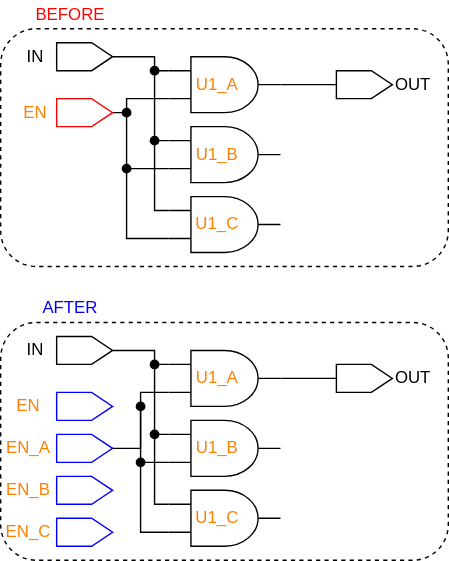
AlbertHansen/TripleModularRedundancyTool_developer_guide keeps this draw.io diagram as figures/dark-mode/triplicate_scripts/triplicate_input_ports.drawio.svg. Above is the earlier version. Source tidied: cells renumbered, new cells last; positions are measured from the earlier drawing's top-left corner, leaving out a move shared by most shapes.
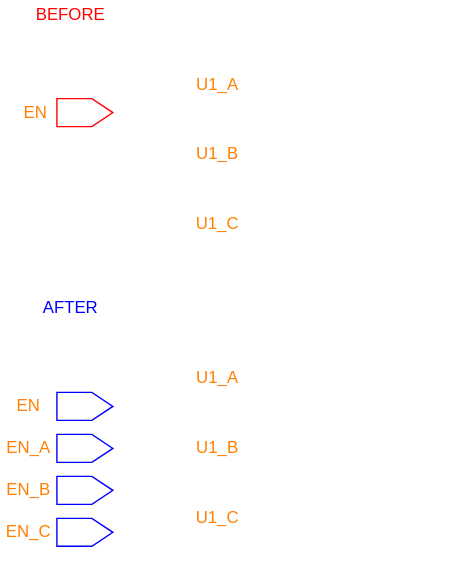
After the commit.

Commit message:
triplicate scripts in dark and light mode

What changed in the source:
```diff
@@ -2,10 +2,10 @@
   <root>
     <mxCell id="0" />
     <mxCell id="1" parent="0" />
-    <mxCell id="2" style="rounded=1;whiteSpace=wrap;fillColor=none;dashed=1;html=1;" parent="1" vertex="1">
+    <mxCell id="2" style="rounded=1;whiteSpace=wrap;fillColor=none;dashed=1;html=1;strokeColor=#FFFFFF;" parent="1" vertex="1">
       <mxGeometry y="20" width="320" height="170" as="geometry" />
     </mxCell>
-    <mxCell id="3" style="edgeStyle=orthogonalEdgeStyle;exitX=0.5;exitY=1;exitDx=0;exitDy=0;entryX=0;entryY=0.25;entryDx=0;entryDy=0;entryPerimeter=0;endArrow=none;endFill=0;rounded=0;strokeColor=#000000;html=1;" parent="1" edge="1" source="4" target="9">
+    <mxCell id="3" style="edgeStyle=orthogonalEdgeStyle;exitX=0.5;exitY=1;exitDx=0;exitDy=0;entryX=0;entryY=0.25;entryDx=0;entryDy=0;entryPerimeter=0;endArrow=none;endFill=0;rounded=0;strokeColor=#FFFFFF;html=1;" parent="1" edge="1" source="4" target="9">
       <mxGeometry relative="1" as="geometry">
         <Array as="points">
           <mxPoint x="110" y="40" />
@@ -13,10 +13,10 @@
         </Array>
       </mxGeometry>
     </mxCell>
-    <mxCell id="4" style="shape=offPageConnector;whiteSpace=wrap;rotation=-90;fillColor=none;html=1;" parent="1" vertex="1">
+    <mxCell id="4" style="shape=offPageConnector;whiteSpace=wrap;rotation=-90;fillColor=none;html=1;strokeColor=#FFFFFF;" parent="1" vertex="1">
       <mxGeometry x="50" y="20" width="20" height="40" as="geometry" />
     </mxCell>
-    <mxCell id="5" style="edgeStyle=orthogonalEdgeStyle;rounded=0;exitX=0.5;exitY=1;exitDx=0;exitDy=0;entryX=0;entryY=0.75;entryDx=0;entryDy=0;entryPerimeter=0;endArrow=none;endFill=0;strokeColor=#000000;html=1;" parent="1" edge="1" source="6" target="9">
+    <mxCell id="5" style="edgeStyle=orthogonalEdgeStyle;rounded=0;exitX=0.5;exitY=1;exitDx=0;exitDy=0;entryX=0;entryY=0.75;entryDx=0;entryDy=0;entryPerimeter=0;endArrow=none;endFill=0;strokeColor=#FFFFFF;html=1;" parent="1" edge="1" source="6" target="9">
       <mxGeometry relative="1" as="geometry">
         <Array as="points">
           <mxPoint x="90" y="80" />
@@ -27,22 +27,22 @@
     <mxCell id="6" style="shape=offPageConnector;whiteSpace=wrap;rotation=-90;fillColor=none;strokeColor=#FF0000;html=1;" parent="1" vertex="1">
       <mxGeometry x="50" y="60" width="20" height="40" as="geometry" />
     </mxCell>
-    <mxCell id="7" style="shape=offPageConnector;whiteSpace=wrap;rotation=-90;fillColor=none;html=1;" parent="1" vertex="1">
+    <mxCell id="7" style="shape=offPageConnector;whiteSpace=wrap;rotation=-90;fillColor=none;html=1;strokeColor=#FFFFFF;" parent="1" vertex="1">
       <mxGeometry x="250" y="40" width="20" height="40" as="geometry" />
     </mxCell>
-    <mxCell id="8" style="edgeStyle=orthogonalEdgeStyle;rounded=0;exitX=1;exitY=0.5;exitDx=0;exitDy=0;exitPerimeter=0;entryX=0.5;entryY=0;entryDx=0;entryDy=0;endArrow=none;endFill=0;html=1;" parent="1" edge="1" source="9" target="7">
+    <mxCell id="8" style="edgeStyle=orthogonalEdgeStyle;rounded=0;exitX=1;exitY=0.5;exitDx=0;exitDy=0;exitPerimeter=0;entryX=0.5;entryY=0;entryDx=0;entryDy=0;endArrow=none;endFill=0;html=1;strokeColor=#FFFFFF;" parent="1" edge="1" source="9" target="7">
       <mxGeometry relative="1" as="geometry" />
     </mxCell>
-    <mxCell id="9" style="verticalLabelPosition=bottom;shadow=0;dashed=0;align=center;verticalAlign=top;shape=mxgraph.electrical.logic_gates.logic_gate;operation=and;fillColor=none;strokeColor=#000000;html=1;" parent="1" vertex="1">
+    <mxCell id="9" style="verticalLabelPosition=bottom;shadow=0;dashed=0;align=center;verticalAlign=top;shape=mxgraph.electrical.logic_gates.logic_gate;operation=and;fillColor=none;strokeColor=#FFFFFF;html=1;" parent="1" vertex="1">
       <mxGeometry x="120" y="40" width="80" height="40" as="geometry" />
     </mxCell>
-    <mxCell id="10" value="IN" style="text;strokeColor=none;fillColor=none;align=center;verticalAlign=middle;whiteSpace=wrap;rounded=0;html=1;" parent="1" vertex="1">
+    <mxCell id="10" value="IN" style="text;strokeColor=none;fillColor=none;align=center;verticalAlign=middle;whiteSpace=wrap;rounded=0;html=1;fontColor=#FFFFFF;" parent="1" vertex="1">
       <mxGeometry x="10" y="30" width="30" height="20" as="geometry" />
     </mxCell>
     <mxCell id="11" value="EN" style="text;strokeColor=none;fillColor=none;align=center;verticalAlign=middle;whiteSpace=wrap;rounded=0;fontColor=#FF8000;html=1;" parent="1" vertex="1">
       <mxGeometry x="10" y="70" width="30" height="20" as="geometry" />
     </mxCell>
-    <mxCell id="12" value="OUT" style="text;strokeColor=none;fillColor=none;align=center;verticalAlign=middle;whiteSpace=wrap;rounded=0;html=1;" parent="1" vertex="1">
+    <mxCell id="12" value="OUT" style="text;strokeColor=none;fillColor=none;align=center;verticalAlign=middle;whiteSpace=wrap;rounded=0;html=1;fontColor=#FFFFFF;" parent="1" vertex="1">
       <mxGeometry x="280" y="50" width="30" height="20" as="geometry" />
     </mxCell>
     <mxCell id="13" value="U1_A" style="text;strokeColor=none;fillColor=none;align=center;verticalAlign=middle;whiteSpace=wrap;rounded=0;dashed=1;fontColor=#FF8000;html=1;" parent="1" vertex="1">
@@ -51,30 +51,30 @@
     <mxCell id="14" value="BEFORE" style="text;strokeColor=none;fillColor=none;align=center;verticalAlign=middle;whiteSpace=wrap;rounded=0;dashed=1;fontColor=#FF0000;html=1;" parent="1" vertex="1">
       <mxGeometry x="20" width="60" height="20" as="geometry" />
     </mxCell>
-    <mxCell id="15" style="edgeStyle=orthogonalEdgeStyle;rounded=0;exitX=0;exitY=0.25;exitDx=0;exitDy=0;exitPerimeter=0;fontColor=#FF8000;endArrow=oval;endFill=1;strokeColor=#000000;html=1;" parent="1" edge="1" source="17">
+    <mxCell id="15" style="edgeStyle=orthogonalEdgeStyle;rounded=0;exitX=0;exitY=0.25;exitDx=0;exitDy=0;exitPerimeter=0;fontColor=#FF8000;endArrow=oval;endFill=1;strokeColor=#FFFFFF;html=1;" parent="1" edge="1" source="17">
       <mxGeometry relative="1" as="geometry">
         <mxPoint x="110" y="100" as="targetPoint" />
       </mxGeometry>
     </mxCell>
-    <mxCell id="16" style="edgeStyle=orthogonalEdgeStyle;rounded=0;exitX=0;exitY=0.75;exitDx=0;exitDy=0;exitPerimeter=0;fontColor=#FF8000;endArrow=oval;endFill=1;strokeColor=#000000;html=1;" parent="1" edge="1" source="17">
+    <mxCell id="16" style="edgeStyle=orthogonalEdgeStyle;rounded=0;exitX=0;exitY=0.75;exitDx=0;exitDy=0;exitPerimeter=0;fontColor=#FF8000;endArrow=oval;endFill=1;strokeColor=#FFFFFF;html=1;" parent="1" edge="1" source="17">
       <mxGeometry relative="1" as="geometry">
         <mxPoint x="90" y="120" as="targetPoint" />
       </mxGeometry>
     </mxCell>
-    <mxCell id="17" style="verticalLabelPosition=bottom;shadow=0;dashed=0;align=center;verticalAlign=top;shape=mxgraph.electrical.logic_gates.logic_gate;operation=and;fillColor=none;strokeColor=#000000;html=1;" parent="1" vertex="1">
+    <mxCell id="17" style="verticalLabelPosition=bottom;shadow=0;dashed=0;align=center;verticalAlign=top;shape=mxgraph.electrical.logic_gates.logic_gate;operation=and;fillColor=none;strokeColor=#FFFFFF;html=1;" parent="1" vertex="1">
       <mxGeometry x="120" y="140" width="80" height="40" as="geometry" />
     </mxCell>
-    <mxCell id="18" style="edgeStyle=orthogonalEdgeStyle;rounded=0;exitX=0;exitY=0.25;exitDx=0;exitDy=0;exitPerimeter=0;fontColor=#FF8000;endArrow=oval;endFill=1;strokeColor=#000000;html=1;" parent="1" edge="1" source="20">
+    <mxCell id="18" style="edgeStyle=orthogonalEdgeStyle;rounded=0;exitX=0;exitY=0.25;exitDx=0;exitDy=0;exitPerimeter=0;fontColor=#FF8000;endArrow=oval;endFill=1;strokeColor=#FFFFFF;html=1;" parent="1" edge="1" source="20">
       <mxGeometry relative="1" as="geometry">
         <mxPoint x="110" y="50" as="targetPoint" />
       </mxGeometry>
     </mxCell>
-    <mxCell id="19" style="edgeStyle=orthogonalEdgeStyle;rounded=0;exitX=0;exitY=0.75;exitDx=0;exitDy=0;exitPerimeter=0;fontColor=#FF8000;endArrow=oval;endFill=1;strokeColor=#000000;html=1;" parent="1" edge="1" source="20">
+    <mxCell id="19" style="edgeStyle=orthogonalEdgeStyle;rounded=0;exitX=0;exitY=0.75;exitDx=0;exitDy=0;exitPerimeter=0;fontColor=#FF8000;endArrow=oval;endFill=1;strokeColor=#FFFFFF;html=1;" parent="1" edge="1" source="20">
       <mxGeometry relative="1" as="geometry">
         <mxPoint x="90" y="80" as="targetPoint" />
       </mxGeometry>
     </mxCell>
-    <mxCell id="20" style="verticalLabelPosition=bottom;shadow=0;dashed=0;align=center;verticalAlign=top;shape=mxgraph.electrical.logic_gates.logic_gate;operation=and;fillColor=none;strokeColor=#000000;html=1;" parent="1" vertex="1">
+    <mxCell id="20" style="verticalLabelPosition=bottom;shadow=0;dashed=0;align=center;verticalAlign=top;shape=mxgraph.electrical.logic_gates.logic_gate;operation=and;fillColor=none;strokeColor=#FFFFFF;html=1;" parent="1" vertex="1">
       <mxGeometry x="120" y="90" width="80" height="40" as="geometry" />
     </mxCell>
     <mxCell id="21" value="U1_B" style="text;strokeColor=none;fillColor=none;align=center;verticalAlign=middle;whiteSpace=wrap;rounded=0;dashed=1;fontColor=#FF8000;html=1;" parent="1" vertex="1">
@@ -83,10 +83,10 @@
     <mxCell id="22" value="U1_C" style="text;strokeColor=none;fillColor=none;align=center;verticalAlign=middle;whiteSpace=wrap;rounded=0;dashed=1;fontColor=#FF8000;html=1;" parent="1" vertex="1">
       <mxGeometry x="140" y="150" width="30" height="20" as="geometry" />
     </mxCell>
-    <mxCell id="23" style="rounded=1;whiteSpace=wrap;fillColor=none;dashed=1;html=1;" parent="1" vertex="1">
+    <mxCell id="23" style="rounded=1;whiteSpace=wrap;fillColor=none;dashed=1;html=1;strokeColor=#FFFFFF;" parent="1" vertex="1">
       <mxGeometry y="230" width="320" height="170" as="geometry" />
     </mxCell>
-    <mxCell id="24" style="edgeStyle=orthogonalEdgeStyle;exitX=0.5;exitY=1;exitDx=0;exitDy=0;entryX=0;entryY=0.25;entryDx=0;entryDy=0;entryPerimeter=0;endArrow=none;endFill=0;rounded=0;strokeColor=#000000;html=1;" parent="1" edge="1" source="25" target="30">
+    <mxCell id="24" style="edgeStyle=orthogonalEdgeStyle;exitX=0.5;exitY=1;exitDx=0;exitDy=0;entryX=0;entryY=0.25;entryDx=0;entryDy=0;entryPerimeter=0;endArrow=none;endFill=0;rounded=0;strokeColor=#FFFFFF;html=1;" parent="1" edge="1" source="25" target="30">
       <mxGeometry relative="1" as="geometry">
         <Array as="points">
           <mxPoint x="110" y="250" />
@@ -94,31 +94,31 @@
         </Array>
       </mxGeometry>
     </mxCell>
-    <mxCell id="25" style="shape=offPageConnector;whiteSpace=wrap;rotation=-90;fillColor=none;html=1;" parent="1" vertex="1">
+    <mxCell id="25" style="shape=offPageConnector;whiteSpace=wrap;rotation=-90;fillColor=none;html=1;strokeColor=#FFFFFF;" parent="1" vertex="1">
       <mxGeometry x="50" y="230" width="20" height="40" as="geometry" />
     </mxCell>
-    <mxCell id="26" style="edgeStyle=orthogonalEdgeStyle;exitX=0.5;exitY=1;exitDx=0;exitDy=0;entryX=0;entryY=0.75;entryDx=0;entryDy=0;entryPerimeter=0;strokeColor=#000000;fontColor=#FF0000;rounded=0;endArrow=none;endFill=0;html=1;" parent="1" edge="1" source="27" target="30">
+    <mxCell id="26" style="edgeStyle=orthogonalEdgeStyle;exitX=0.5;exitY=1;exitDx=0;exitDy=0;entryX=0;entryY=0.75;entryDx=0;entryDy=0;entryPerimeter=0;strokeColor=#FFFFFF;fontColor=#FF0000;rounded=0;endArrow=none;endFill=0;html=1;" parent="1" edge="1" source="27" target="30">
       <mxGeometry relative="1" as="geometry" />
     </mxCell>
     <mxCell id="27" style="shape=offPageConnector;whiteSpace=wrap;rotation=-90;fillColor=none;strokeColor=#0000FF;html=1;" parent="1" vertex="1">
       <mxGeometry x="50" y="300" width="20" height="40" as="geometry" />
     </mxCell>
-    <mxCell id="28" style="shape=offPageConnector;whiteSpace=wrap;rotation=-90;fillColor=none;html=1;" parent="1" vertex="1">
+    <mxCell id="28" style="shape=offPageConnector;whiteSpace=wrap;rotation=-90;fillColor=none;html=1;strokeColor=#FFFFFF;" parent="1" vertex="1">
       <mxGeometry x="250" y="250" width="20" height="40" as="geometry" />
     </mxCell>
-    <mxCell id="29" style="edgeStyle=orthogonalEdgeStyle;rounded=0;exitX=1;exitY=0.5;exitDx=0;exitDy=0;exitPerimeter=0;entryX=0.5;entryY=0;entryDx=0;entryDy=0;endArrow=none;endFill=0;html=1;" parent="1" edge="1" source="30" target="28">
+    <mxCell id="29" style="edgeStyle=orthogonalEdgeStyle;rounded=0;exitX=1;exitY=0.5;exitDx=0;exitDy=0;exitPerimeter=0;entryX=0.5;entryY=0;entryDx=0;entryDy=0;endArrow=none;endFill=0;html=1;strokeColor=#FFFFFF;" parent="1" edge="1" source="30" target="28">
       <mxGeometry relative="1" as="geometry" />
     </mxCell>
-    <mxCell id="30" style="verticalLabelPosition=bottom;shadow=0;dashed=0;align=center;verticalAlign=top;shape=mxgraph.electrical.logic_gates.logic_gate;operation=and;fillColor=none;strokeColor=#000000;html=1;" parent="1" vertex="1">
+    <mxCell id="30" style="verticalLabelPosition=bottom;shadow=0;dashed=0;align=center;verticalAlign=top;shape=mxgraph.electrical.logic_gates.logic_gate;operation=and;fillColor=none;strokeColor=#FFFFFF;html=1;" parent="1" vertex="1">
       <mxGeometry x="120" y="250" width="80" height="40" as="geometry" />
     </mxCell>
-    <mxCell id="31" value="IN" style="text;strokeColor=none;fillColor=none;align=center;verticalAlign=middle;whiteSpace=wrap;rounded=0;html=1;" parent="1" vertex="1">
+    <mxCell id="31" value="IN" style="text;strokeColor=none;fillColor=none;align=center;verticalAlign=middle;whiteSpace=wrap;rounded=0;html=1;fontColor=#FFFFFF;" parent="1" vertex="1">
       <mxGeometry x="10" y="240" width="30" height="20" as="geometry" />
     </mxCell>
     <mxCell id="32" value="EN_A" style="text;strokeColor=none;fillColor=none;align=center;verticalAlign=middle;whiteSpace=wrap;rounded=0;fontColor=#FF8000;html=1;" parent="1" vertex="1">
       <mxGeometry y="310" width="40" height="20" as="geometry" />
     </mxCell>
-    <mxCell id="33" value="OUT" style="text;strokeColor=none;fillColor=none;align=center;verticalAlign=middle;whiteSpace=wrap;rounded=0;html=1;" parent="1" vertex="1">
+    <mxCell id="33" value="OUT" style="text;strokeColor=none;fillColor=none;align=center;verticalAlign=middle;whiteSpace=wrap;rounded=0;html=1;fontColor=#FFFFFF;" parent="1" vertex="1">
       <mxGeometry x="280" y="260" width="30" height="20" as="geometry" />
     </mxCell>
     <mxCell id="34" value="U1_A" style="text;strokeColor=none;fillColor=none;align=center;verticalAlign=middle;whiteSpace=wrap;rounded=0;dashed=1;fontColor=#FF8000;html=1;" parent="1" vertex="1">
@@ -127,30 +127,30 @@
     <mxCell id="35" value="&lt;font color=&quot;#0000ff&quot;&gt;AFTER&lt;/font&gt;" style="text;strokeColor=none;fillColor=none;align=center;verticalAlign=middle;whiteSpace=wrap;rounded=0;dashed=1;fontColor=#FF0000;html=1;" parent="1" vertex="1">
       <mxGeometry x="20" y="210" width="60" height="20" as="geometry" />
     </mxCell>
-    <mxCell id="36" style="edgeStyle=orthogonalEdgeStyle;rounded=0;exitX=0;exitY=0.25;exitDx=0;exitDy=0;exitPerimeter=0;fontColor=#FF8000;endArrow=oval;endFill=1;strokeColor=#000000;html=1;" parent="1" edge="1" source="38">
+    <mxCell id="36" style="edgeStyle=orthogonalEdgeStyle;rounded=0;exitX=0;exitY=0.25;exitDx=0;exitDy=0;exitPerimeter=0;fontColor=#FF8000;endArrow=oval;endFill=1;strokeColor=#FFFFFF;html=1;" parent="1" edge="1" source="38">
       <mxGeometry relative="1" as="geometry">
         <mxPoint x="110" y="310" as="targetPoint" />
       </mxGeometry>
     </mxCell>
-    <mxCell id="37" style="edgeStyle=orthogonalEdgeStyle;rounded=0;exitX=0;exitY=0.75;exitDx=0;exitDy=0;exitPerimeter=0;strokeColor=#000000;fontColor=#FF0000;endArrow=oval;endFill=1;html=1;" parent="1" edge="1" source="38">
+    <mxCell id="37" style="edgeStyle=orthogonalEdgeStyle;rounded=0;exitX=0;exitY=0.75;exitDx=0;exitDy=0;exitPerimeter=0;strokeColor=#FFFFFF;fontColor=#FF0000;endArrow=oval;endFill=1;html=1;" parent="1" edge="1" source="38">
       <mxGeometry relative="1" as="geometry">
         <mxPoint x="100" y="330" as="targetPoint" />
       </mxGeometry>
     </mxCell>
-    <mxCell id="38" style="verticalLabelPosition=bottom;shadow=0;dashed=0;align=center;verticalAlign=top;shape=mxgraph.electrical.logic_gates.logic_gate;operation=and;fillColor=none;strokeColor=#000000;html=1;" parent="1" vertex="1">
+    <mxCell id="38" style="verticalLabelPosition=bottom;shadow=0;dashed=0;align=center;verticalAlign=top;shape=mxgraph.electrical.logic_gates.logic_gate;operation=and;fillColor=none;strokeColor=#FFFFFF;html=1;" parent="1" vertex="1">
       <mxGeometry x="120" y="350" width="80" height="40" as="geometry" />
     </mxCell>
-    <mxCell id="39" style="edgeStyle=orthogonalEdgeStyle;rounded=0;exitX=0;exitY=0.25;exitDx=0;exitDy=0;exitPerimeter=0;fontColor=#FF8000;endArrow=oval;endFill=1;strokeColor=#000000;html=1;" parent="1" edge="1" source="41">
+    <mxCell id="39" style="edgeStyle=orthogonalEdgeStyle;rounded=0;exitX=0;exitY=0.25;exitDx=0;exitDy=0;exitPerimeter=0;fontColor=#FF8000;endArrow=oval;endFill=1;strokeColor=#FFFFFF;html=1;" parent="1" edge="1" source="41">
       <mxGeometry relative="1" as="geometry">
         <mxPoint x="110" y="260" as="targetPoint" />
       </mxGeometry>
     </mxCell>
-    <mxCell id="40" style="edgeStyle=orthogonalEdgeStyle;rounded=0;exitX=0;exitY=0.75;exitDx=0;exitDy=0;exitPerimeter=0;strokeColor=#000000;fontColor=#FF0000;endArrow=oval;endFill=1;html=1;" parent="1" edge="1" source="41">
+    <mxCell id="40" style="edgeStyle=orthogonalEdgeStyle;rounded=0;exitX=0;exitY=0.75;exitDx=0;exitDy=0;exitPerimeter=0;strokeColor=#FFFFFF;fontColor=#FF0000;endArrow=oval;endFill=1;html=1;" parent="1" edge="1" source="41">
       <mxGeometry relative="1" as="geometry">
         <mxPoint x="100" y="290" as="targetPoint" />
       </mxGeometry>
     </mxCell>
-    <mxCell id="41" style="verticalLabelPosition=bottom;shadow=0;dashed=0;align=center;verticalAlign=top;shape=mxgraph.electrical.logic_gates.logic_gate;operation=and;fillColor=none;strokeColor=#000000;html=1;" parent="1" vertex="1">
+    <mxCell id="41" style="verticalLabelPosition=bottom;shadow=0;dashed=0;align=center;verticalAlign=top;shape=mxgraph.electrical.logic_gates.logic_gate;operation=and;fillColor=none;strokeColor=#FFFFFF;html=1;" parent="1" vertex="1">
       <mxGeometry x="120" y="300" width="80" height="40" as="geometry" />
     </mxCell>
     <mxCell id="42" value="U1_B" style="text;strokeColor=none;fillColor=none;align=center;verticalAlign=middle;whiteSpace=wrap;rounded=0;dashed=1;fontColor=#FF8000;html=1;" parent="1" vertex="1">
```
